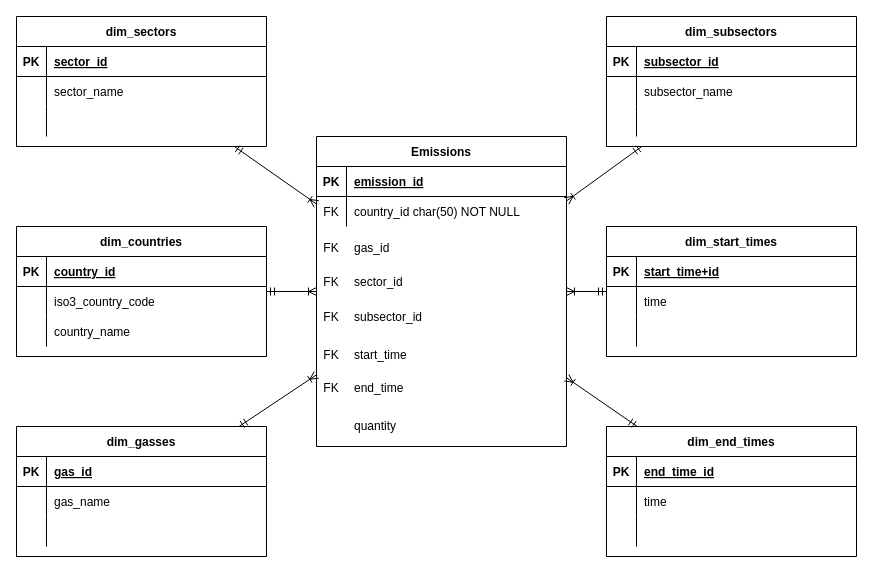
Earlier version of the draw.io diagram Deliverable 2/Final Dimensional Model.drawio (kaiden-ong/GreenhouseGases). Source tidied: cells renumbered, new cells numbered last; positions are measured from the earlier drawing's top-left corner, leaving out a move shared by most shapes. Both pictures are drawn from the tidied source at 100%, with x=0, y=0 at pixel (16, 16).
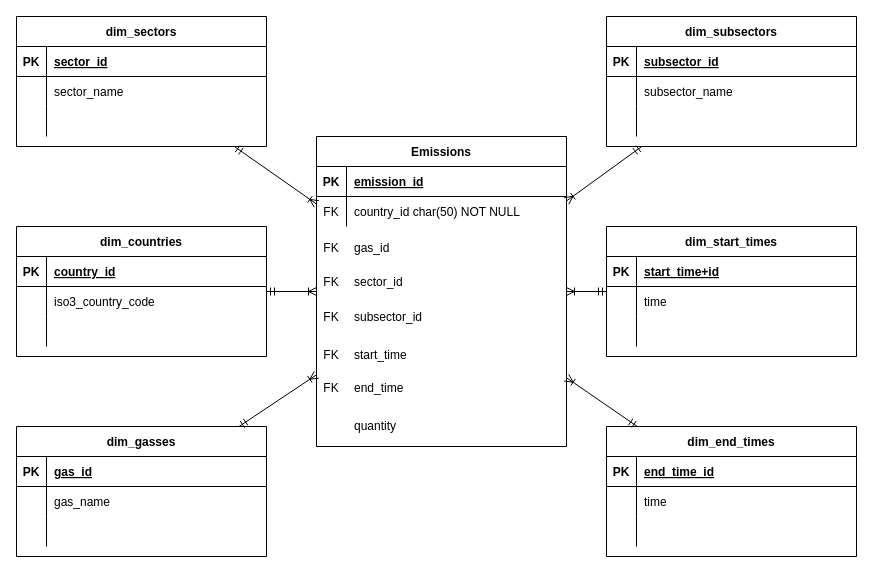
After the change.

Commit message (it also covers changes not shown here):
Finished creating dim tables, need to make dicts and pivot

Unchanged cells that the change refers to:
```xml
<mxCell id="9" style="shape=partialRectangle;fillColor=none;top=0;left=0;right=0;bottom=0;" parent="2" vertex="1">
  <mxGeometry y="90" width="250" height="30" as="geometry" />
</mxCell>
```

What changed in the source:
```diff
@@
-    <mxCell id="11" value="country_name" style="shape=partialRectangle;overflow=hidden;fillColor=none;top=0;left=0;bottom=0;right=0;align=left;spacingLeft=6;" parent="9" vertex="1">
+    <mxCell id="11" style="shape=partialRectangle;overflow=hidden;fillColor=none;top=0;left=0;bottom=0;right=0;align=left;spacingLeft=6;" parent="9" vertex="1">
       <mxGeometry x="30" width="220" height="30" as="geometry" />
     </mxCell>
```
